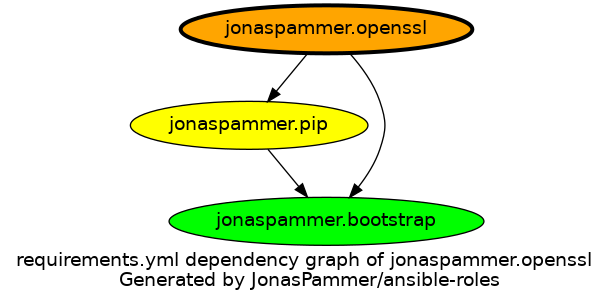
This is graphs/dependencies_openssl.png from JonasPammer/ansible-roles, a Graphviz export, as it was before one commit. Its source is kept beside it as graphs/dependencies_openssl.dot.
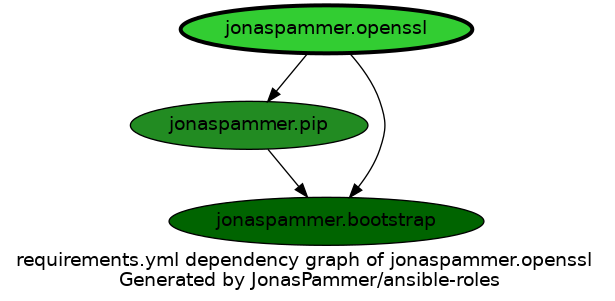
The same file after the commit.

The edit, as a diff of the source:
```diff
@@ -3,9 +3,9 @@
   overlap=false
 
   {
-    "jonaspammer.openssl" [fillcolor=orange style=filled penwidth=3]
-    "jonaspammer.pip" [fillcolor=yellow style=filled ]
-    "jonaspammer.bootstrap" [fillcolor=green style=filled ]
+    "jonaspammer.openssl" [fillcolor=limegreen style=filled penwidth=3]
+    "jonaspammer.pip" [fillcolor=forestgreen style=filled ]
+    "jonaspammer.bootstrap" [fillcolor=darkgreen style=filled ]
   }
 
 
```
